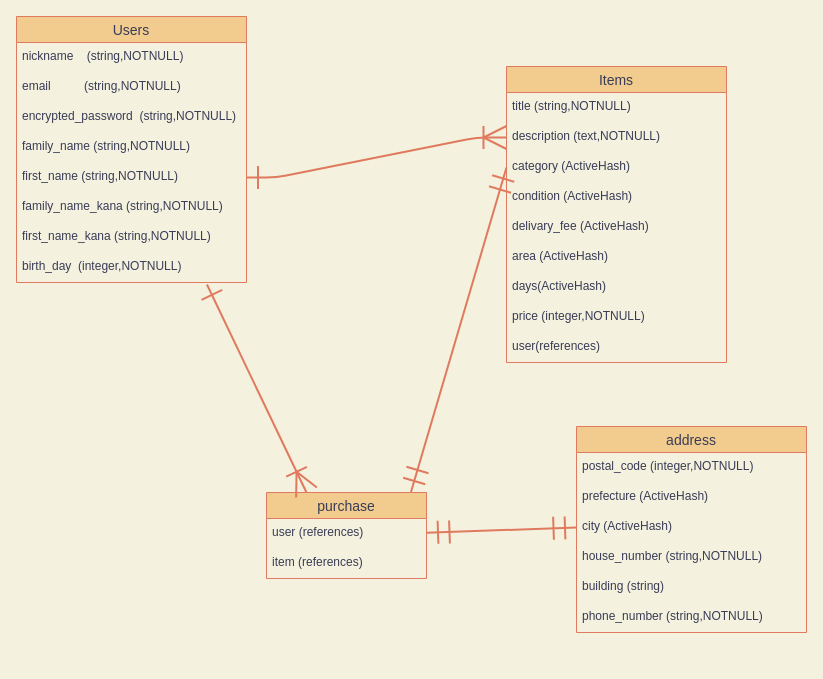
The draw.io diagram ER.dio in TaisonTsukada/furima-34422, before the edit. Source tidied: cells renumbered, new cells numbered last; positions are measured from the earlier drawing's top-left corner, leaving out a move shared by most shapes. Both pictures are drawn from the tidied source at 100%, with x=0, y=0 at pixel (16, 16).
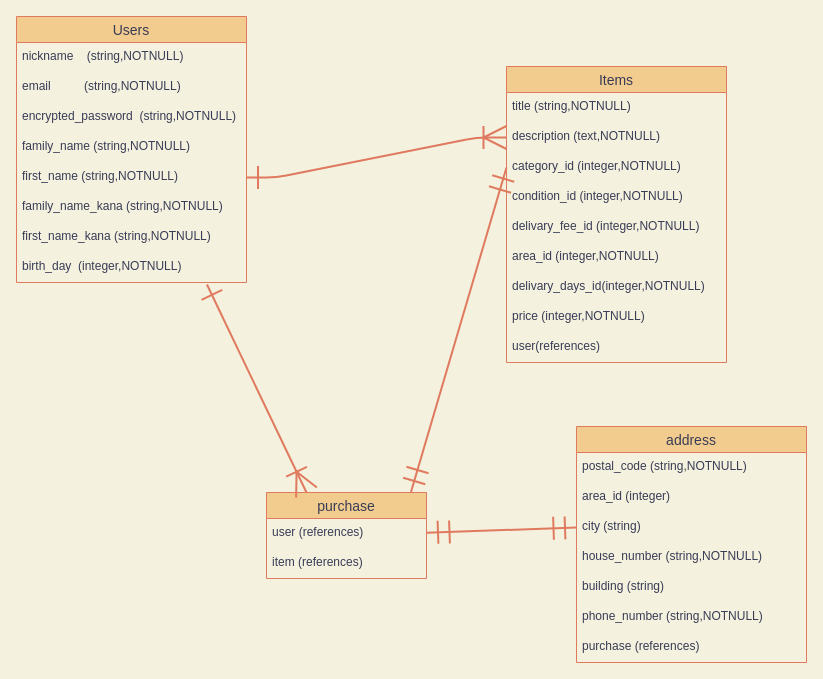
Above is the later version.

The change refers to these unchanged cells:
```xml
<mxCell id="11" value="Items" style="swimlane;fontStyle=0;horizontal=1;startSize=26;align=center;fontSize=14;fillColor=#F2CC8F;strokeColor=#E07A5F;fontColor=#393C56;" parent="1" vertex="1">
  <mxGeometry x="490" y="50" width="220" height="296" as="geometry" />
</mxCell>
```

What changed in the source:
```diff
@@
-    <mxCell id="14" value="category (ActiveHash)" style="text;strokeColor=none;fillColor=none;spacingLeft=4;spacingRight=4;overflow=hidden;points=[[0,0.5],[1,0.5]];portConstraint=eastwest;fontSize=12;fontColor=#393C56;" parent="11" vertex="1">
+    <mxCell id="14" value="category_id (integer,NOTNULL)" style="text;strokeColor=none;fillColor=none;spacingLeft=4;spacingRight=4;overflow=hidden;points=[[0,0.5],[1,0.5]];portConstraint=eastwest;fontSize=12;fontColor=#393C56;" parent="11" vertex="1">
       <mxGeometry y="86" width="220" height="30" as="geometry" />
     </mxCell>
-    <mxCell id="15" value="condition (ActiveHash)" style="text;strokeColor=none;fillColor=none;spacingLeft=4;spacingRight=4;overflow=hidden;fontSize=12;fontColor=#393C56;" parent="11" vertex="1">
+    <mxCell id="15" value="condition_id (integer,NOTNULL)" style="text;strokeColor=none;fillColor=none;spacingLeft=4;spacingRight=4;overflow=hidden;fontSize=12;fontColor=#393C56;" parent="11" vertex="1">
       <mxGeometry y="116" width="220" height="30" as="geometry" />
     </mxCell>
-    <mxCell id="16" value="delivary_fee (ActiveHash)" style="text;strokeColor=none;fillColor=none;spacingLeft=4;spacingRight=4;overflow=hidden;fontSize=12;fontColor=#393C56;" parent="11" vertex="1">
+    <mxCell id="16" value="delivary_fee_id (integer,NOTNULL)" style="text;strokeColor=none;fillColor=none;spacingLeft=4;spacingRight=4;overflow=hidden;fontSize=12;fontColor=#393C56;" parent="11" vertex="1">
       <mxGeometry y="146" width="220" height="30" as="geometry" />
     </mxCell>
-    <mxCell id="17" value="area (ActiveHash)" style="text;strokeColor=none;fillColor=none;spacingLeft=4;spacingRight=4;overflow=hidden;fontSize=12;fontColor=#393C56;" parent="11" vertex="1">
+    <mxCell id="17" value="area_id (integer,NOTNULL)" style="text;strokeColor=none;fillColor=none;spacingLeft=4;spacingRight=4;overflow=hidden;fontSize=12;fontColor=#393C56;" parent="11" vertex="1">
       <mxGeometry y="176" width="220" height="30" as="geometry" />
     </mxCell>
-    <mxCell id="18" value="days(ActiveHash)" style="text;strokeColor=none;fillColor=none;spacingLeft=4;spacingRight=4;overflow=hidden;fontSize=12;fontColor=#393C56;" parent="11" vertex="1">
+    <mxCell id="18" value="delivary_days_id(integer,NOTNULL)" style="text;strokeColor=none;fillColor=none;spacingLeft=4;spacingRight=4;overflow=hidden;fontSize=12;fontColor=#393C56;" parent="11" vertex="1">
       <mxGeometry y="206" width="220" height="30" as="geometry" />
     </mxCell>
@@
     <mxCell id="25" value="address" style="swimlane;fontStyle=0;horizontal=1;startSize=26;align=center;fontSize=14;fillColor=#F2CC8F;strokeColor=#E07A5F;fontColor=#393C56;" parent="1" vertex="1">
-      <mxGeometry x="560" y="410" width="230" height="206" as="geometry" />
+      <mxGeometry x="560" y="410" width="230" height="236" as="geometry" />
     </mxCell>
-    <mxCell id="26" value="postal_code (integer,NOTNULL)&#10;" style="text;strokeColor=none;fillColor=none;spacingLeft=4;spacingRight=4;overflow=hidden;fontSize=12;fontColor=#393C56;" parent="25" vertex="1">
+    <mxCell id="26" value="postal_code (string,NOTNULL)&#10;" style="text;strokeColor=none;fillColor=none;spacingLeft=4;spacingRight=4;overflow=hidden;fontSize=12;fontColor=#393C56;" parent="25" vertex="1">
       <mxGeometry y="26" width="230" height="30" as="geometry" />
     </mxCell>
-    <mxCell id="27" value="prefecture (ActiveHash)" style="text;strokeColor=none;fillColor=none;spacingLeft=4;spacingRight=4;overflow=hidden;fontSize=12;fontColor=#393C56;" parent="25" vertex="1">
+    <mxCell id="27" value="area_id (integer)" style="text;strokeColor=none;fillColor=none;spacingLeft=4;spacingRight=4;overflow=hidden;fontSize=12;fontColor=#393C56;" parent="25" vertex="1">
       <mxGeometry y="56" width="230" height="30" as="geometry" />
     </mxCell>
-    <mxCell id="28" value="city (ActiveHash)" style="text;strokeColor=none;fillColor=none;spacingLeft=4;spacingRight=4;overflow=hidden;points=[[0,0.5],[1,0.5]];portConstraint=eastwest;fontSize=12;fontColor=#393C56;" parent="25" vertex="1">
+    <mxCell id="28" value="city (string)" style="text;strokeColor=none;fillColor=none;spacingLeft=4;spacingRight=4;overflow=hidden;points=[[0,0.5],[1,0.5]];portConstraint=eastwest;fontSize=12;fontColor=#393C56;" parent="25" vertex="1">
       <mxGeometry y="86" width="230" height="30" as="geometry" />
     </mxCell>
@@
+    <mxCell id="35" value="purchase (references)" style="text;strokeColor=none;fillColor=none;spacingLeft=4;spacingRight=4;overflow=hidden;fontSize=12;fontColor=#393C56;" parent="25" vertex="1">
+      <mxGeometry y="206" width="230" height="30" as="geometry" />
+    </mxCell>
```
